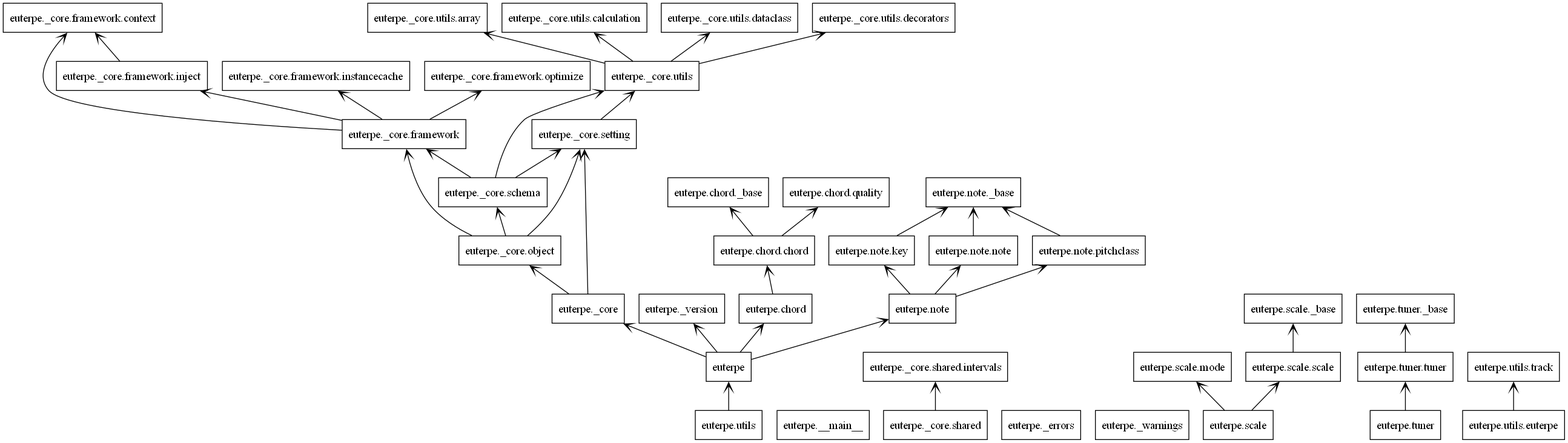
Oujox/aulos keeps this PlantUML diagram as documents/design/class-diagram/packages.png. Above is the earlier version. Its source is kept beside it as documents/design/class-diagram/packages.puml.
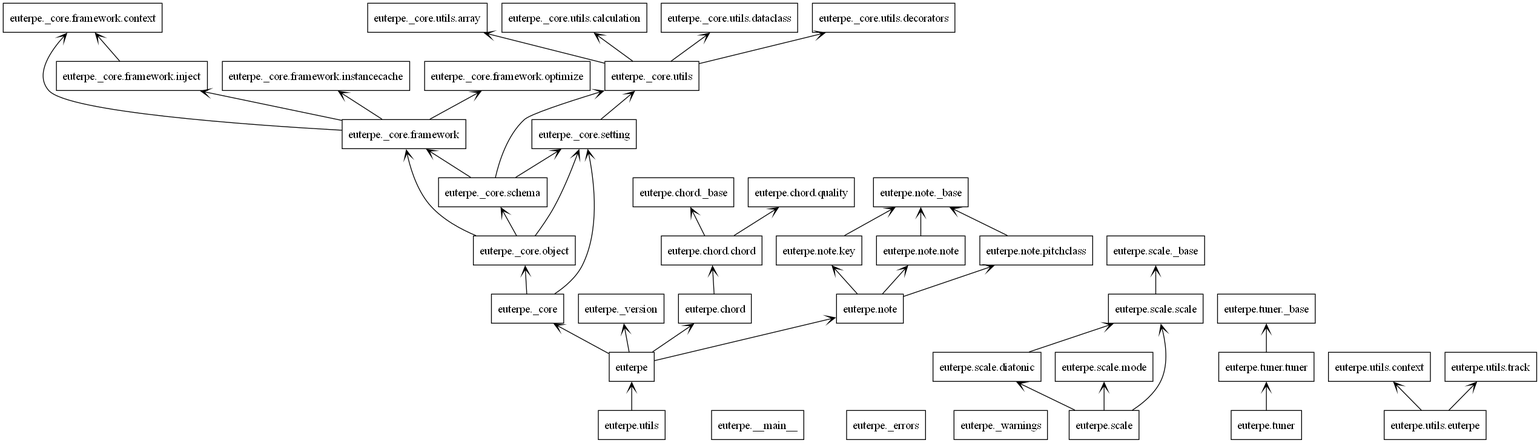
Later version of the same file.

What changed in the source:
```diff
@@ -21,10 +21,6 @@
 package "euterpe._core.schema" as euterpe._core.schema {
 }
 package "euterpe._core.setting" as euterpe._core.setting {
-}
-package "euterpe._core.shared" as euterpe._core.shared {
-}
-package "euterpe._core.shared.intervals" as euterpe._core.shared.intervals {
 }
 package "euterpe._core.utils" as euterpe._core.utils {
 }
@@ -64,6 +60,8 @@
 }
 package "euterpe.scale._base" as euterpe.scale._base {
 }
+package "euterpe.scale.diatonic" as euterpe.scale.diatonic {
+}
 package "euterpe.scale.mode" as euterpe.scale.mode {
 }
 package "euterpe.scale.scale" as euterpe.scale.scale {
@@ -75,6 +73,8 @@
 package "euterpe.tuner.tuner" as euterpe.tuner.tuner {
 }
 package "euterpe.utils" as euterpe.utils {
+}
+package "euterpe.utils.context" as euterpe.utils.context {
 }
 package "euterpe.utils.euterpe" as euterpe.utils.euterpe {
 }
@@ -98,7 +98,6 @@
 euterpe._core.schema --> euterpe._core.setting
 euterpe._core.schema --> euterpe._core.utils
 euterpe._core.setting --> euterpe._core.utils
-euterpe._core.shared --> euterpe._core.shared.intervals
 euterpe._core.utils --> euterpe._core.utils.array
 euterpe._core.utils --> euterpe._core.utils.calculation
 euterpe._core.utils --> euterpe._core.utils.dataclass
@@ -112,11 +111,14 @@
 euterpe.note.key --> euterpe.note._base
 euterpe.note.note --> euterpe.note._base
 euterpe.note.pitchclass --> euterpe.note._base
+euterpe.scale --> euterpe.scale.diatonic
 euterpe.scale --> euterpe.scale.mode
 euterpe.scale --> euterpe.scale.scale
+euterpe.scale.diatonic --> euterpe.scale.scale
 euterpe.scale.scale --> euterpe.scale._base
 euterpe.tuner --> euterpe.tuner.tuner
 euterpe.tuner.tuner --> euterpe.tuner._base
 euterpe.utils --> euterpe
+euterpe.utils.euterpe --> euterpe.utils.context
 euterpe.utils.euterpe --> euterpe.utils.track
 @enduml
```
